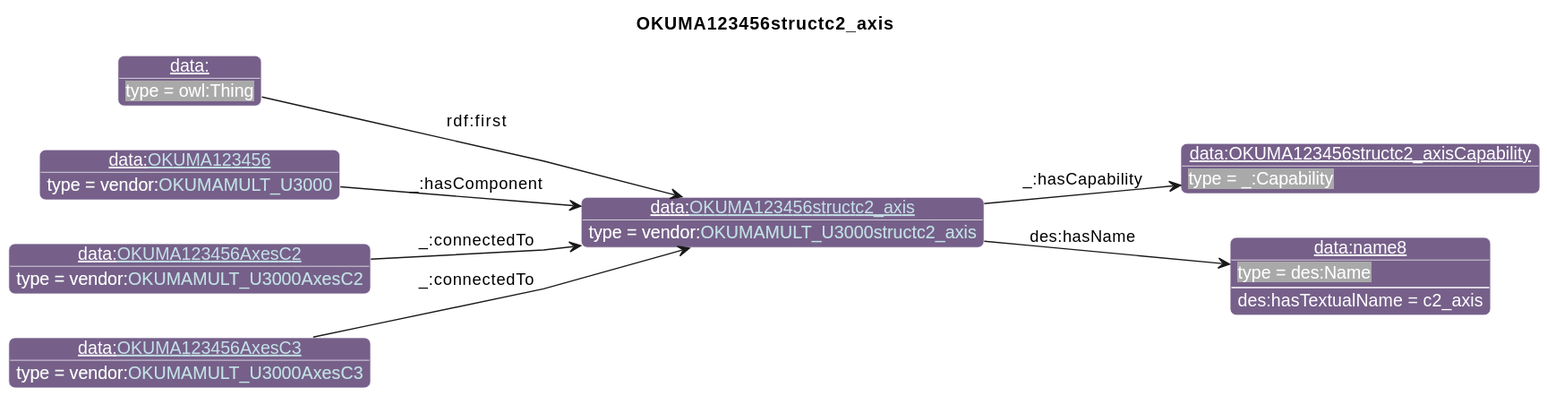
iofoundry/example-syseng-mtconnect keeps this PlantUML diagram as diagrams/OKUMA123456structc2_axis.svg. Above is the earlier version.
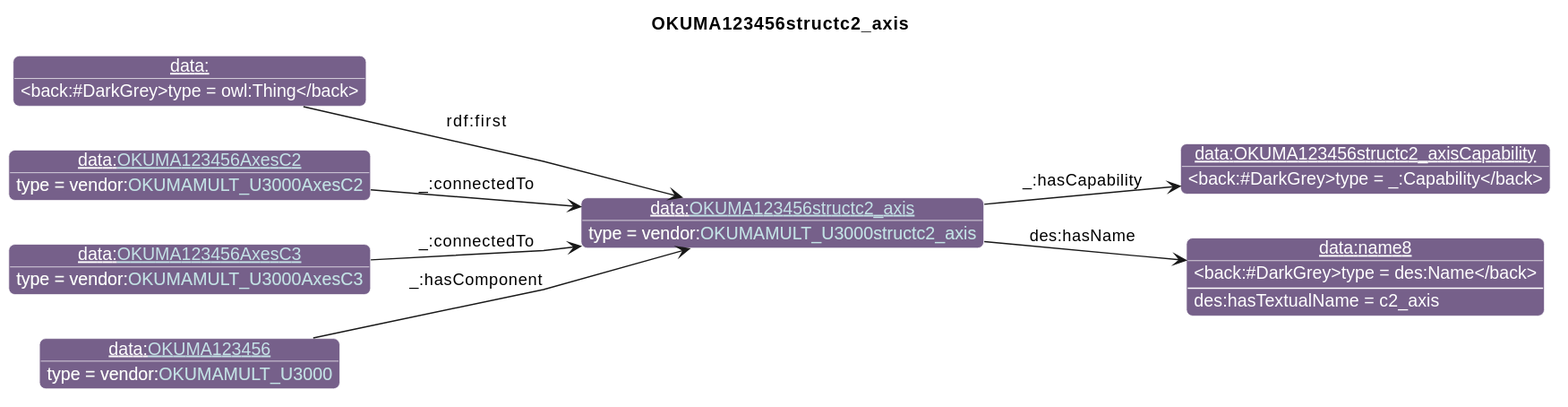
The same diagram one commit later.

What changed in the source:
```diff
@@ -29,14 +29,14 @@
 individual(o1, data:OKUMA123456structc2_axisCapability, _:Capability)
 individual(o2, data:name8, des:Name)
 individual(o3, data:, owl:Thing)
-individual(o4, data:[[./OKUMA123456.html OKUMA123456]], vendor:[[../OKUMA.html#OKUMAMULT_U3000 OKUMAMULT_U3000]])
-individual(o5, data:[[./OKUMA123456AxesC2.html OKUMA123456AxesC2]], vendor:[[../OKUMA.html#OKUMAMULT_U3000AxesC2 OKUMAMULT_U3000AxesC2]])
-individual(o6, data:[[./OKUMA123456AxesC3.html OKUMA123456AxesC3]], vendor:[[../OKUMA.html#OKUMAMULT_U3000AxesC3 OKUMAMULT_U3000AxesC3]])
+individual(o4, data:[[./OKUMA123456AxesC2.html OKUMA123456AxesC2]], vendor:[[../OKUMA.html#OKUMAMULT_U3000AxesC2 OKUMAMULT_U3000AxesC2]])
+individual(o5, data:[[./OKUMA123456AxesC3.html OKUMA123456AxesC3]], vendor:[[../OKUMA.html#OKUMAMULT_U3000AxesC3 OKUMAMULT_U3000AxesC3]])
+individual(o6, data:[[./OKUMA123456.html OKUMA123456]], vendor:[[../OKUMA.html#OKUMAMULT_U3000 OKUMAMULT_U3000]])
 property(o0, "_:hasCapability", o1)
 property(o0, "des:hasName", o2)
 data(o2, "des:hasTextualName", "c2_axis")
 property(o3, "rdf:first", o0)
-property(o4, "_:hasComponent", o0)
+property(o4, "_:connectedTo", o0)
 property(o5, "_:connectedTo", o0)
-property(o6, "_:connectedTo", o0)
+property(o6, "_:hasComponent", o0)
 @enduml
```
